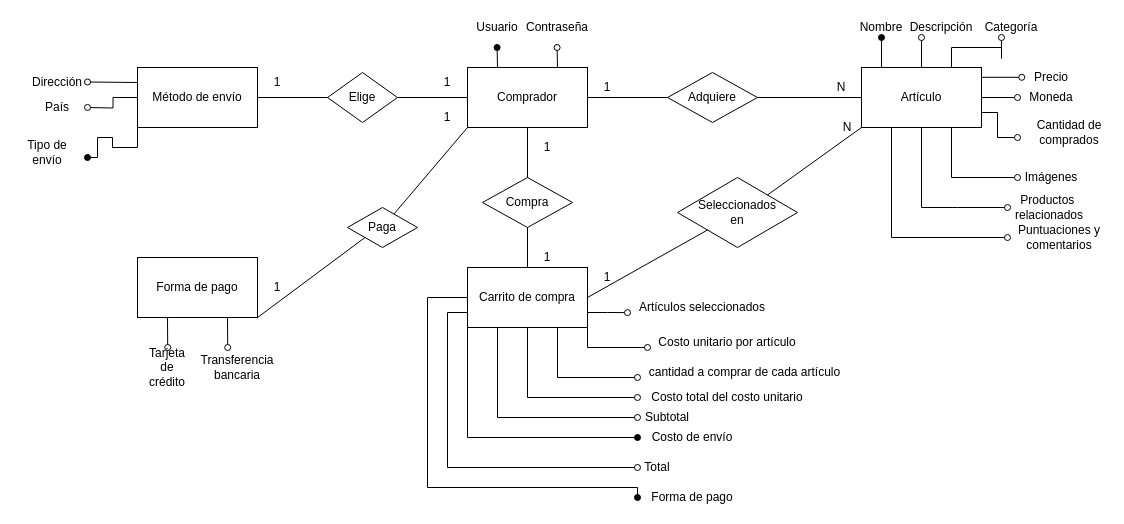
Earlier version of the draw.io diagram Entidades y sus propiedades.drawio (lucianaap/proyecto_alternativo_JaP). Source tidied: cells renumbered, new cells numbered last; positions are measured from the earlier drawing's top-left corner, leaving out a move shared by most shapes. Both pictures are drawn from the tidied source at 100%, with x=0, y=0 at pixel (17, 17).
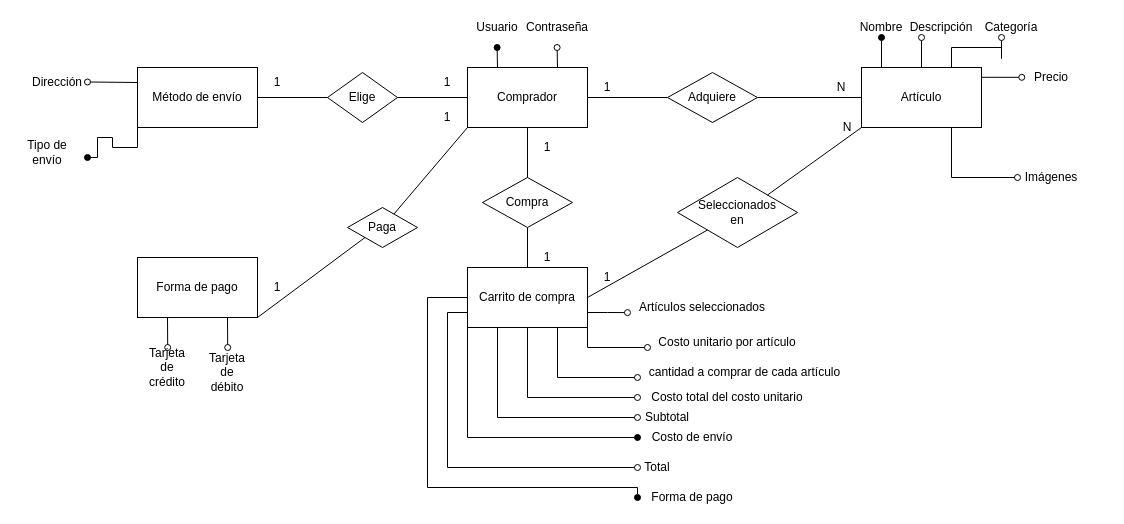
The same page after the edit.

The change refers to these unchanged cells:
```xml
<mxCell id="16" value="Artículo" style="rounded=0;whiteSpace=wrap;html=1;" parent="1" vertex="1">
  <mxGeometry x="844" y="50" width="120" height="60" as="geometry" />
</mxCell>
<mxCell id="52" value="Método de envío" style="rounded=0;whiteSpace=wrap;html=1;strokeColor=#000000;strokeWidth=1;fillColor=none;gradientColor=none;" parent="1" vertex="1">
  <mxGeometry x="120" y="50" width="120" height="60" as="geometry" />
</mxCell>
```

The edit, as a diff of the source:
```diff
@@
-    <mxCell id="11" style="edgeStyle=orthogonalEdgeStyle;rounded=0;jettySize=auto;html=1;exitX=1;exitY=0.5;exitDx=0;exitDy=0;startArrow=none;startFill=0;endArrow=oval;endFill=0;" parent="1" edge="1" source="16">
-      <mxGeometry relative="1" as="geometry">
-        <mxPoint x="1000" y="79.8" as="targetPoint" />
-      </mxGeometry>
-    </mxCell>
-    <mxCell id="12" style="edgeStyle=orthogonalEdgeStyle;rounded=0;jettySize=auto;html=1;exitX=1;exitY=0.75;exitDx=0;exitDy=0;startArrow=none;startFill=0;endArrow=oval;endFill=0;" parent="1" edge="1" source="16">
-      <mxGeometry relative="1" as="geometry">
-        <mxPoint x="1000" y="120" as="targetPoint" />
-        <Array as="points">
-          <mxPoint x="980" y="95" />
-          <mxPoint x="980" y="120" />
-        </Array>
-      </mxGeometry>
-    </mxCell>
@@
-    <mxCell id="14" style="edgeStyle=orthogonalEdgeStyle;rounded=0;jettySize=auto;html=1;exitX=0.5;exitY=1;exitDx=0;exitDy=0;startArrow=none;startFill=0;endArrow=oval;endFill=0;" parent="1" edge="1" source="16">
-      <mxGeometry relative="1" as="geometry">
-        <mxPoint x="990" y="190" as="targetPoint" />
-        <Array as="points">
-          <mxPoint x="904" y="190" />
-          <mxPoint x="940" y="190" />
-        </Array>
-      </mxGeometry>
-    </mxCell>
-    <mxCell id="15" style="edgeStyle=orthogonalEdgeStyle;rounded=0;jettySize=auto;html=1;exitX=0.25;exitY=1;exitDx=0;exitDy=0;startArrow=none;startFill=0;endArrow=oval;endFill=0;" parent="1" edge="1" source="16">
-      <mxGeometry relative="1" as="geometry">
-        <mxPoint x="990" y="220" as="targetPoint" />
-        <Array as="points">
-          <mxPoint x="874" y="220" />
-        </Array>
-      </mxGeometry>
-    </mxCell>
@@
-    <mxCell id="23" value="Moneda" style="text;html=1;strokeColor=none;fillColor=none;align=center;verticalAlign=middle;whiteSpace=wrap;rounded=0;" parent="1" vertex="1">
-      <mxGeometry x="1014" y="70" width="40" height="20" as="geometry" />
-    </mxCell>
-    <mxCell id="24" value="Cantidad de comprados" style="text;html=1;strokeColor=none;fillColor=none;align=center;verticalAlign=middle;whiteSpace=wrap;rounded=0;" parent="1" vertex="1">
-      <mxGeometry x="1014" y="105" width="76" height="20" as="geometry" />
-    </mxCell>
@@
-    <mxCell id="27" value="Productos&amp;nbsp;&lt;br&gt;relacionados&lt;br&gt;" style="text;html=1;strokeColor=none;fillColor=none;align=center;verticalAlign=middle;whiteSpace=wrap;rounded=0;" parent="1" vertex="1">
-      <mxGeometry x="1014" y="180" width="36" height="20" as="geometry" />
-    </mxCell>
-    <mxCell id="28" value="Puntuaciones y comentarios" style="text;html=1;strokeColor=none;fillColor=none;align=center;verticalAlign=middle;whiteSpace=wrap;rounded=0;" parent="1" vertex="1">
-      <mxGeometry x="994" y="210" width="96" height="20" as="geometry" />
-    </mxCell>
@@
-    <mxCell id="50" style="edgeStyle=orthogonalEdgeStyle;rounded=0;jettySize=auto;html=1;exitX=0;exitY=0.5;exitDx=0;exitDy=0;startArrow=none;startFill=0;endArrow=oval;endFill=0;" parent="1" edge="1" source="52">
-      <mxGeometry relative="1" as="geometry">
-        <mxPoint x="70" y="90" as="targetPoint" />
-      </mxGeometry>
-    </mxCell>
@@
-    <mxCell id="68" value="Transferencia bancaria" style="text;html=1;strokeColor=none;fillColor=none;align=center;verticalAlign=middle;whiteSpace=wrap;rounded=0;" parent="1" vertex="1">
-      <mxGeometry x="200" y="340" width="40" height="20" as="geometry" />
+    <mxCell id="68" value="Tarjeta de débito" style="text;html=1;strokeColor=none;fillColor=none;align=center;verticalAlign=middle;whiteSpace=wrap;rounded=0;" parent="1" vertex="1">
+      <mxGeometry x="190" y="345" width="40" height="20" as="geometry" />
     </mxCell>
@@
-    <mxCell id="70" value="País" style="text;html=1;strokeColor=none;fillColor=none;align=center;verticalAlign=middle;whiteSpace=wrap;rounded=0;" parent="1" vertex="1">
-      <mxGeometry x="20" y="80" width="40" height="20" as="geometry" />
-    </mxCell>
```
